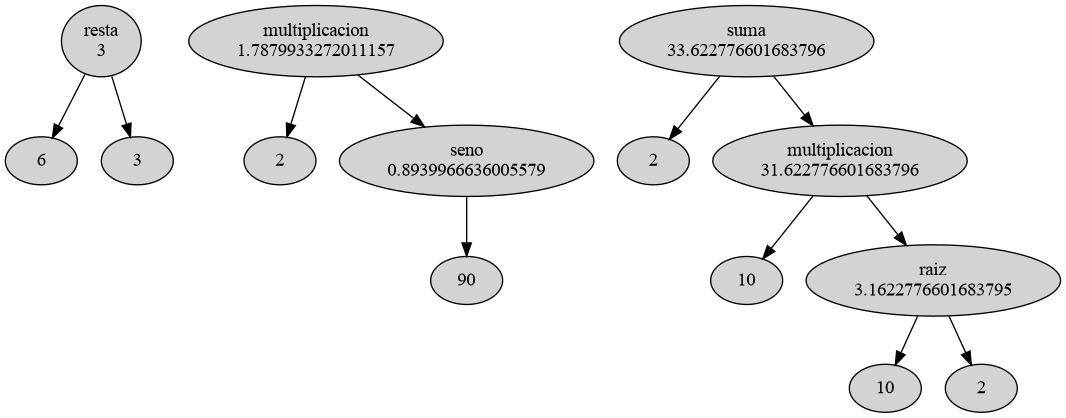
Before: API/diagrama.png, a diagram exported from Graphviz (KevinLo8/LFP_VD_2024_Proyecto2_3137525160901). Its source is kept beside it as API/diagrama.dot. The source it was exported from:
```dot
digraph G {
  "1" [ label = "6", style = "filled" ];
  "2" [ label = "3", style = "filled" ];
  "3" [ label = "2", style = "filled" ];
  "4" [ label = "seno
0.8939966636005579", style = "filled" ];
  "5" [ label = "90", style = "filled" ];
  "6" [ label = "2", style = "filled" ];
  "7" [ label = "multiplicacion
31.622776601683796", style = "filled" ];
  "8" [ label = "10", style = "filled" ];
  "9" [ label = "raiz
3.1622776601683795", style = "filled" ];
  "10" [ label = "10", style = "filled" ];
  "11" [ label = "2", style = "filled" ];
  "operacion1" [ label = "resta
3", style = "filled" ];
  "operacion2" [ label = "multiplicacion
1.7879933272011157", style = "filled" ];
  "operacion3" [ label = "suma
33.622776601683796", style = "filled" ];
  "operacion1" -> "1";
  "operacion1" -> "2";
  "operacion2" -> "3";
  "4" -> "5";
  "operacion2" -> "4";
  "operacion3" -> "6";
  "7" -> "8";
  "9" -> "10";
  "9" -> "11";
  "7" -> "9";
  "operacion3" -> "7";
}
```
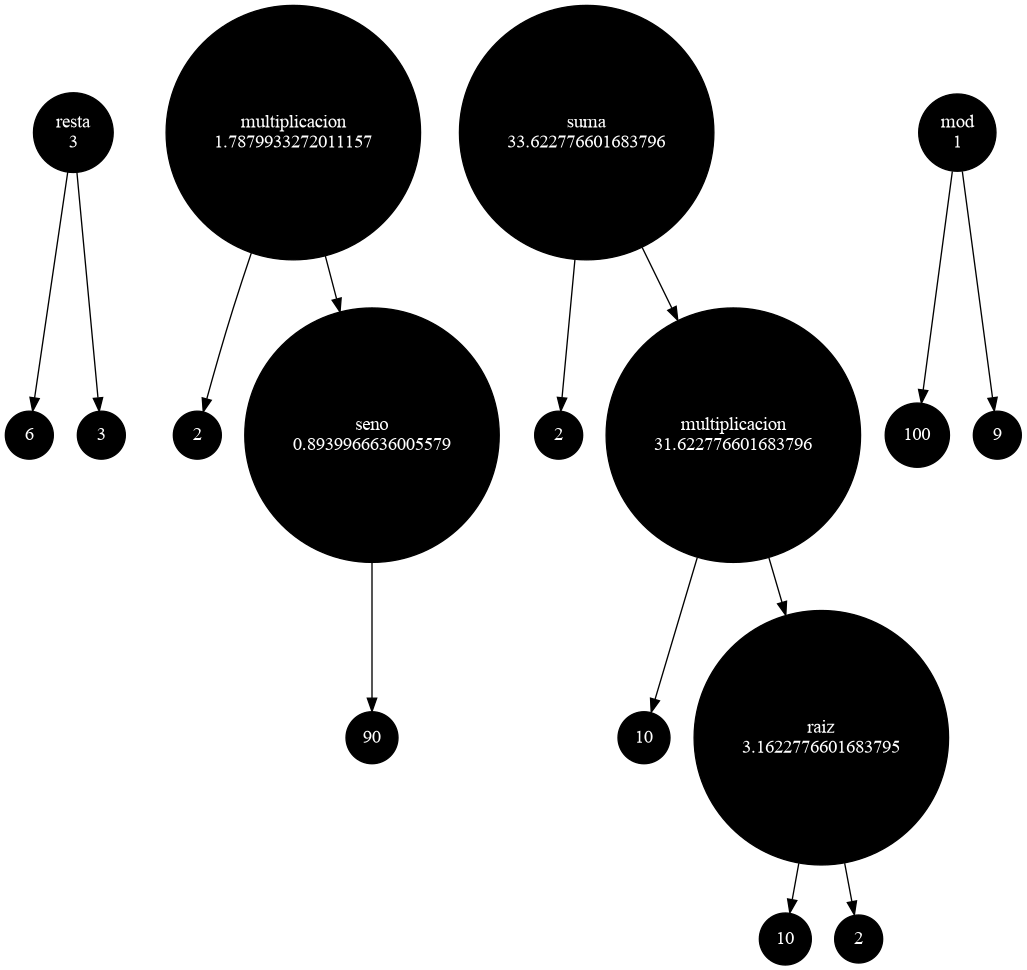
The same file after the commit.

What changed in the source:
```diff
@@ -1,24 +1,28 @@
 digraph G {
-  "1" [ label = "6", style = "filled" ];
-  "2" [ label = "3", style = "filled" ];
-  "3" [ label = "2", style = "filled" ];
+  "1" [ label = "6", fillcolor = "#000000", style = "filled", fontcolor = "#ffffff", shape =circle, fontname = "Times-Roman" ];
+  "2" [ label = "3", fillcolor = "#000000", style = "filled", fontcolor = "#ffffff", shape =circle, fontname = "Times-Roman" ];
+  "3" [ label = "2", fillcolor = "#000000", style = "filled", fontcolor = "#ffffff", shape =circle, fontname = "Times-Roman" ];
   "4" [ label = "seno
-0.8939966636005579", style = "filled" ];
-  "5" [ label = "90", style = "filled" ];
-  "6" [ label = "2", style = "filled" ];
+0.8939966636005579", fillcolor = "#000000", style = "filled", fontcolor = "#ffffff", shape =circle, fontname = "Times-Roman" ];
+  "5" [ label = "90", fillcolor = "#000000", style = "filled", fontcolor = "#ffffff", shape =circle, fontname = "Times-Roman" ];
+  "6" [ label = "2", fillcolor = "#000000", style = "filled", fontcolor = "#ffffff", shape =circle, fontname = "Times-Roman" ];
   "7" [ label = "multiplicacion
-31.622776601683796", style = "filled" ];
-  "8" [ label = "10", style = "filled" ];
+31.622776601683796", fillcolor = "#000000", style = "filled", fontcolor = "#ffffff", shape =circle, fontname = "Times-Roman" ];
+  "8" [ label = "10", fillcolor = "#000000", style = "filled", fontcolor = "#ffffff", shape =circle, fontname = "Times-Roman" ];
   "9" [ label = "raiz
-3.1622776601683795", style = "filled" ];
-  "10" [ label = "10", style = "filled" ];
-  "11" [ label = "2", style = "filled" ];
+3.1622776601683795", fillcolor = "#000000", style = "filled", fontcolor = "#ffffff", shape =circle, fontname = "Times-Roman" ];
+  "10" [ label = "10", fillcolor = "#000000", style = "filled", fontcolor = "#ffffff", shape =circle, fontname = "Times-Roman" ];
+  "11" [ label = "2", fillcolor = "#000000", style = "filled", fontcolor = "#ffffff", shape =circle, fontname = "Times-Roman" ];
+  "12" [ label = "100", fillcolor = "#000000", style = "filled", fontcolor = "#ffffff", shape =circle, fontname = "Times-Roman" ];
+  "13" [ label = "9", fillcolor = "#000000", style = "filled", fontcolor = "#ffffff", shape =circle, fontname = "Times-Roman" ];
   "operacion1" [ label = "resta
-3", style = "filled" ];
+3", fillcolor = "#000000", style = "filled", fontcolor = "#ffffff", shape =circle, fontname = "Times-Roman" ];
   "operacion2" [ label = "multiplicacion
-1.7879933272011157", style = "filled" ];
+1.7879933272011157", fillcolor = "#000000", style = "filled", fontcolor = "#ffffff", shape =circle, fontname = "Times-Roman" ];
   "operacion3" [ label = "suma
-33.622776601683796", style = "filled" ];
+33.622776601683796", fillcolor = "#000000", style = "filled", fontcolor = "#ffffff", shape =circle, fontname = "Times-Roman" ];
+  "operacion4" [ label = "mod
+1", fillcolor = "#000000", style = "filled", fontcolor = "#ffffff", shape =circle, fontname = "Times-Roman" ];
   "operacion1" -> "1";
   "operacion1" -> "2";
   "operacion2" -> "3";
@@ -30,4 +34,6 @@
   "9" -> "11";
   "7" -> "9";
   "operacion3" -> "7";
+  "operacion4" -> "12";
+  "operacion4" -> "13";
 }
```
